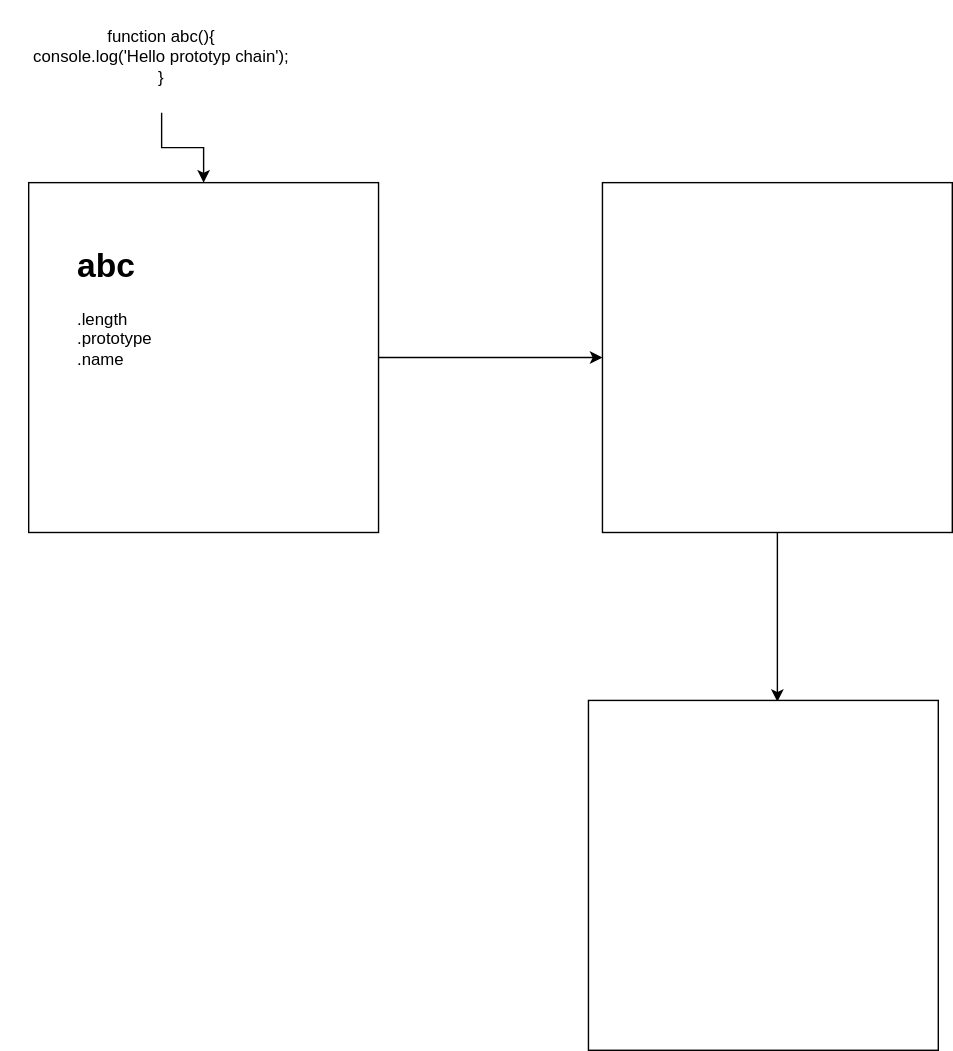
Above: protype-chain.svg in nishantatgit/some-js-things (draw.io), before the change. Source tidied: cells renumbered, new cells last; positions are measured from the earlier drawing's top-left corner, leaving out a move shared by most shapes.
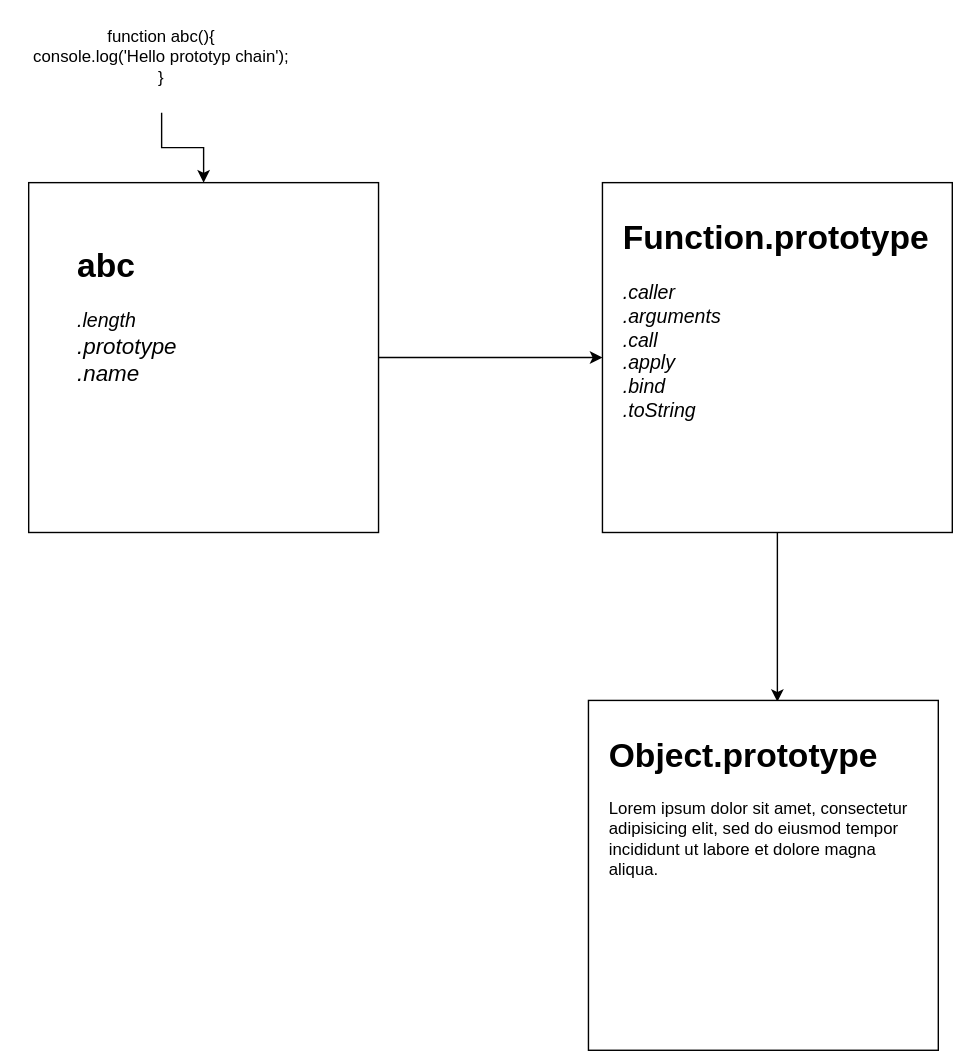
Later version of the same file.

What changed in the source:
```diff
@@ -28,8 +28,14 @@
     <mxCell id="8" value="function abc(){&lt;br&gt;console.log('Hello prototyp chain');&lt;br&gt;}" style="text;html=1;strokeColor=none;fillColor=none;align=center;verticalAlign=middle;whiteSpace=wrap;rounded=0;" parent="1" vertex="1">
       <mxGeometry width="230" height="80" as="geometry" />
     </mxCell>
-    <mxCell id="9" value="&lt;h1&gt;abc&lt;br&gt;&lt;/h1&gt;&lt;div&gt;.length&lt;/div&gt;&lt;div&gt;.prototype&lt;br&gt;.name&lt;br&gt;&lt;/div&gt;" style="text;html=1;strokeColor=none;fillColor=none;spacing=5;spacingTop=-20;whiteSpace=wrap;overflow=hidden;rounded=0;" parent="1" vertex="1">
+    <mxCell id="9" value="&lt;h1&gt;abc&lt;br&gt;&lt;/h1&gt;&lt;div&gt;&lt;font style=&quot;font-size: 14px&quot;&gt;&lt;i&gt;&lt;font style=&quot;font-size: 14px&quot;&gt;.length&lt;/font&gt;&lt;/i&gt;&lt;/font&gt;&lt;/div&gt;&lt;div&gt;&lt;font size=&quot;3&quot;&gt;&lt;i&gt;.prototype&lt;br&gt;.name&lt;/i&gt;&lt;/font&gt;&lt;br&gt;&lt;/div&gt;" style="text;html=1;strokeColor=none;fillColor=none;spacing=5;spacingTop=-20;whiteSpace=wrap;overflow=hidden;rounded=0;" parent="1" vertex="1">
       <mxGeometry x="50" y="170" width="190" height="120" as="geometry" />
     </mxCell>
+    <mxCell id="10" value="&lt;h1&gt;Function.prototype&lt;br&gt;&lt;/h1&gt;&lt;p&gt;&lt;i&gt;&lt;font style=&quot;font-size: 14px&quot;&gt;.caller&lt;br&gt;.arguments&lt;br&gt;.call&lt;br&gt;.apply&lt;br&gt;.bind&lt;br&gt;.toString&lt;/font&gt;&lt;/i&gt;&lt;br&gt;&lt;br&gt;&lt;/p&gt;" style="text;html=1;strokeColor=none;fillColor=none;spacing=5;spacingTop=-20;whiteSpace=wrap;overflow=hidden;rounded=0;" parent="1" vertex="1">
+      <mxGeometry x="440" y="150" width="230" height="220" as="geometry" />
+    </mxCell>
+    <mxCell id="11" value="&lt;h1&gt;Object.prototype&lt;br&gt;&lt;/h1&gt;&lt;p&gt;Lorem ipsum dolor sit amet, consectetur adipisicing elit, sed do eiusmod tempor incididunt ut labore et dolore magna aliqua.&lt;/p&gt;" style="text;html=1;strokeColor=none;fillColor=none;spacing=5;spacingTop=-20;whiteSpace=wrap;overflow=hidden;rounded=0;" parent="1" vertex="1">
+      <mxGeometry x="430" y="520" width="230" height="120" as="geometry" />
+    </mxCell>
   </root>
 </mxGraphModel>
```
